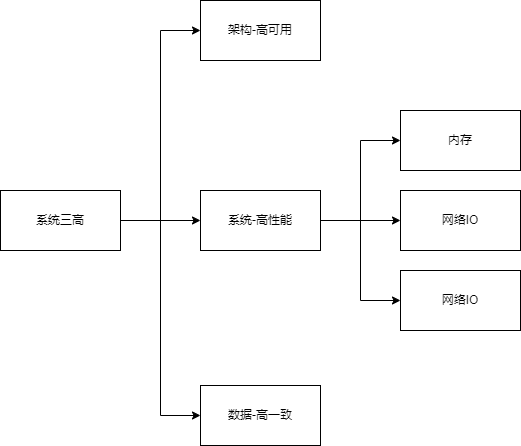
This is images/draw/000.SchemaProperties.png from wt1814/wt1814.github.io, a draw.io export, as it was before one commit. Source tidied: cells renumbered, new cells last; positions are measured from the earlier drawing's top-left corner, leaving out a move shared by most shapes.
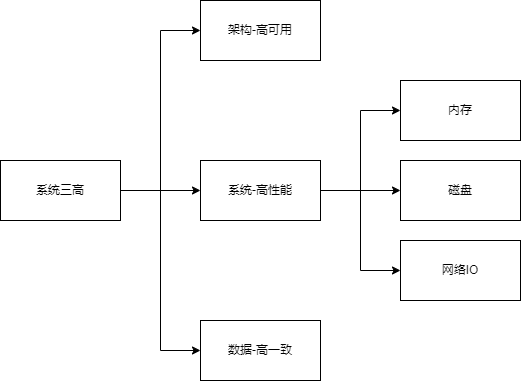
Later version of the same file.

The edit, as a diff of the source:
```diff
@@ -15,10 +15,10 @@
       <mxGeometry y="190" width="120" height="60" as="geometry" />
     </mxCell>
     <mxCell id="6" value="架构-高可用" style="rounded=0;whiteSpace=wrap;html=1;" parent="1" vertex="1">
-      <mxGeometry x="200" width="120" height="60" as="geometry" />
+      <mxGeometry x="200" y="30" width="120" height="60" as="geometry" />
     </mxCell>
     <mxCell id="7" value="数据-高一致" style="rounded=0;whiteSpace=wrap;html=1;" parent="1" vertex="1">
-      <mxGeometry x="200" y="385" width="120" height="60" as="geometry" />
+      <mxGeometry x="200" y="350" width="120" height="60" as="geometry" />
     </mxCell>
     <mxCell id="8" style="edgeStyle=orthogonalEdgeStyle;rounded=0;jettySize=auto;html=1;entryX=0;entryY=0.5;entryDx=0;entryDy=0;" parent="1" edge="1" source="11" target="12">
       <mxGeometry relative="1" as="geometry" />
@@ -32,7 +32,7 @@
     <mxCell id="11" value="系统-高性能" style="rounded=0;whiteSpace=wrap;html=1;" parent="1" vertex="1">
       <mxGeometry x="200" y="190" width="120" height="60" as="geometry" />
     </mxCell>
-    <mxCell id="12" value="网络IO" style="rounded=0;whiteSpace=wrap;html=1;" parent="1" vertex="1">
+    <mxCell id="12" value="磁盘" style="rounded=0;whiteSpace=wrap;html=1;" parent="1" vertex="1">
       <mxGeometry x="400" y="190" width="120" height="60" as="geometry" />
     </mxCell>
     <mxCell id="13" value="网络IO" style="rounded=0;whiteSpace=wrap;html=1;" parent="1" vertex="1">
```
